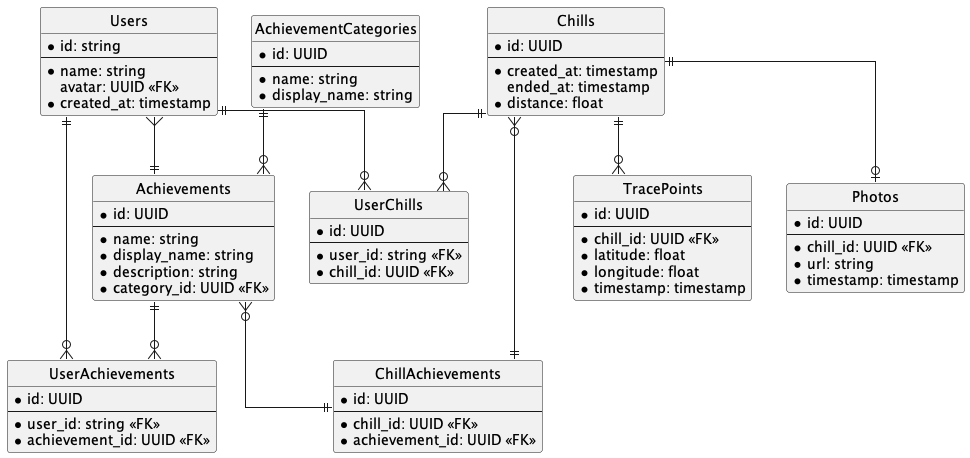
This is docs/diagram/er_diagram.png from panna-cotta-2023/chilly-daze-gateway, a PlantUML export, as it was before one commit.
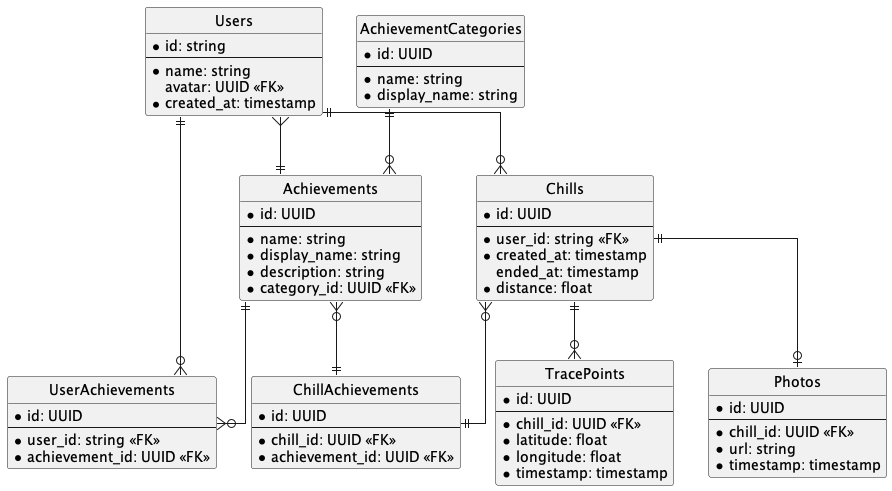
After the commit.

The edit, as a diff of the source:
```diff
@@ -38,16 +38,10 @@
 entity "Chills" {
   * id: UUID
   --
+  * user_id: string <<FK>>
   * created_at: timestamp
   ended_at: timestamp
   * distance: float
-}
-
-entity "UserChills" {
-  * id: UUID
-  --
-  * user_id: string <<FK>>
-  * chill_id: UUID <<FK>>
 }
 
 entity "ChillAchievements" {
@@ -76,8 +70,7 @@
 
 Users ||--o{ UserAchievements
 Achievements ||--o{ UserAchievements
-Users ||--o{ UserChills
-Chills ||--o{ UserChills
+Users ||--o{ Chills
 Chills ||--o{ TracePoints
 Chills ||--o| Photos
 AchievementCategories ||--o{ Achievements
@@ -85,4 +78,4 @@
 Achievements }o--|| ChillAchievements
 Chills }o--|| ChillAchievements
 
-@enduml
+@endumlhttps
```
